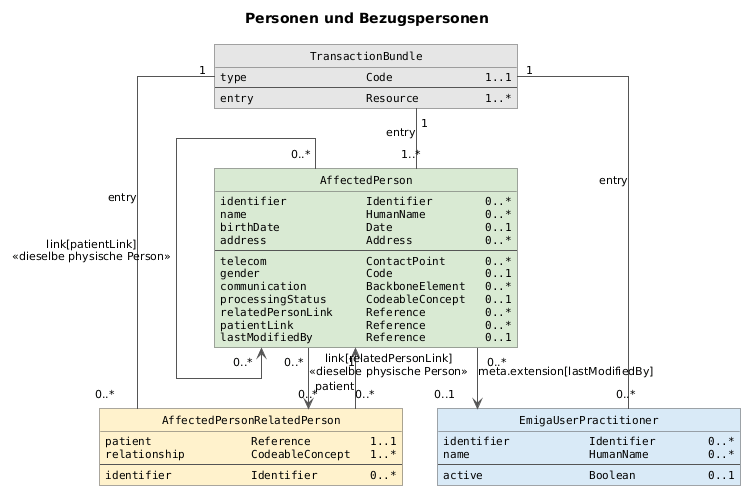
The PlantUML diagram rki.emiga.common/guides/implementationguides.common/PlantUML/PNGs/uml-personen-und-bezugspersonen.png in robert-koch-institut/rki.emiga.common, before a commit. Source of this version:
```plantuml
@startuml
title Personen und Bezugspersonen

skinparam shadowing false
skinparam roundcorner 0
skinparam linetype ortho
skinparam classAttributeIconSize 0
skinparam defaultFontName Arial
skinparam defaultFontSize 11
skinparam classAttributeFontName Monospaced

skinparam ArrowColor #555555
skinparam classBorderColor #555555

hide circle


class "TransactionBundle" as Bundle #E6E6E6 {
  type                  Code              1..1
  --
  entry                 Resource          1..*
}

class "AffectedPerson" as AP #D9EAD3 {
  identifier            Identifier        0..*
  name                  HumanName         0..*
  birthDate             Date              0..1
  address               Address           0..*
  --
  telecom               ContactPoint      0..*
  gender                Code              0..1
  communication         BackboneElement   0..*
  processingStatus      CodeableConcept   0..1
  relatedPersonLink     Reference         0..*
  patientLink           Reference         0..*
  lastModifiedBy        Reference         0..1
}

class "AffectedPersonRelatedPerson" as RP #FFF2CC {
  patient               Reference         1..1
  relationship          CodeableConcept   1..*
  --
  identifier            Identifier        0..*
}

class "EmigaUserPractitioner" as Practitioner #D9EAF7 {
  identifier            Identifier        0..*
  name                  HumanName         0..*
  --
  active                Boolean           0..1
}


Bundle "1" -- "1..*" AP : entry
Bundle "1" -- "0..*" RP : entry
Bundle "1" -- "0..*" Practitioner : entry

RP "0..*" --> "1" AP : patient

AP "0..*" --> "0..*" RP : link[relatedPersonLink]\n«dieselbe physische Person»

AP "0..*" --> "0..*" AP : link[patientLink]\n«dieselbe physische Person»

AP "0..*" --> "0..1" Practitioner : meta.extension[lastModifiedBy]
@enduml
```
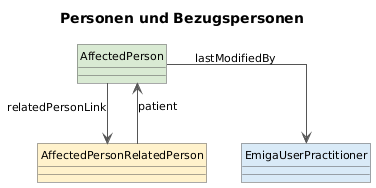
Later version of the same file.

What changed in the source:
```diff
@@ -4,62 +4,19 @@
 skinparam shadowing false
 skinparam roundcorner 0
 skinparam linetype ortho
-skinparam classAttributeIconSize 0
 skinparam defaultFontName Arial
 skinparam defaultFontSize 11
-skinparam classAttributeFontName Monospaced
 
 skinparam ArrowColor #555555
 skinparam classBorderColor #555555
 
 hide circle
 
+class "AffectedPerson" as AP #D9EAD3
+class "AffectedPersonRelatedPerson" as RP #FFF2CC
+class "EmigaUserPractitioner" as Practitioner #D9EAF7
 
-class "TransactionBundle" as Bundle #E6E6E6 {
-  type                  Code              1..1
-  --
-  entry                 Resource          1..*
-}
-
-class "AffectedPerson" as AP #D9EAD3 {
-  identifier            Identifier        0..*
-  name                  HumanName         0..*
-  birthDate             Date              0..1
-  address               Address           0..*
-  --
-  telecom               ContactPoint      0..*
-  gender                Code              0..1
-  communication         BackboneElement   0..*
-  processingStatus      CodeableConcept   0..1
-  relatedPersonLink     Reference         0..*
-  patientLink           Reference         0..*
-  lastModifiedBy        Reference         0..1
-}
-
-class "AffectedPersonRelatedPerson" as RP #FFF2CC {
-  patient               Reference         1..1
-  relationship          CodeableConcept   1..*
-  --
-  identifier            Identifier        0..*
-}
-
-class "EmigaUserPractitioner" as Practitioner #D9EAF7 {
-  identifier            Identifier        0..*
-  name                  HumanName         0..*
-  --
-  active                Boolean           0..1
-}
-
-
-Bundle "1" -- "1..*" AP : entry
-Bundle "1" -- "0..*" RP : entry
-Bundle "1" -- "0..*" Practitioner : entry
-
-RP "0..*" --> "1" AP : patient
-
-AP "0..*" --> "0..*" RP : link[relatedPersonLink]\n«dieselbe physische Person»
-
-AP "0..*" --> "0..*" AP : link[patientLink]\n«dieselbe physische Person»
-
-AP "0..*" --> "0..1" Practitioner : meta.extension[lastModifiedBy]
+RP --> AP : patient
+AP --> RP : relatedPersonLink
+AP --> Practitioner : lastModifiedBy
 @enduml
```
